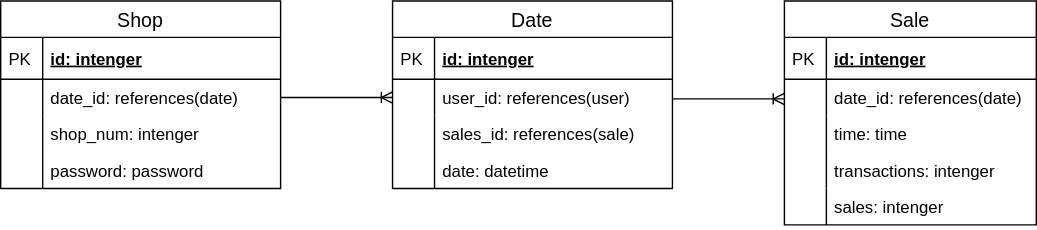
Above: sales.drawio.svg in Sugarless-sato-less/sales_manegement (draw.io), before the change. Source tidied: cells renumbered, new cells last; positions are measured from the earlier drawing's top-left corner, leaving out a move shared by most shapes.
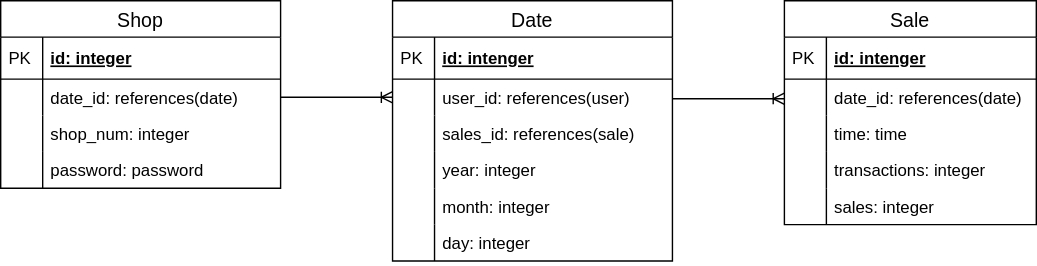
The same diagram one commit later.

Commit message:
Change intenger to integer

The edit, as a diff of the source:
```diff
@@ -23,13 +23,13 @@
     <mxCell id="8" style="shape=partialRectangle;top=0;left=0;bottom=0;fillColor=none;align=left;verticalAlign=top;spacingLeft=4;spacingRight=4;overflow=hidden;fontSize=12;" parent="7" vertex="1">
       <mxGeometry width="30" height="26" as="geometry" />
     </mxCell>
-    <mxCell id="9" value="transactions: intenger" style="shape=partialRectangle;top=0;left=0;right=0;bottom=0;align=left;verticalAlign=top;fillColor=none;spacingLeft=34;spacingRight=4;overflow=hidden;fontSize=12;" parent="2" vertex="1">
+    <mxCell id="9" value="transactions: integer" style="shape=partialRectangle;top=0;left=0;right=0;bottom=0;align=left;verticalAlign=top;fillColor=none;spacingLeft=34;spacingRight=4;overflow=hidden;fontSize=12;" parent="2" vertex="1">
       <mxGeometry y="108" width="180" height="26" as="geometry" />
     </mxCell>
     <mxCell id="10" style="shape=partialRectangle;top=0;left=0;bottom=0;fillColor=none;align=left;verticalAlign=top;spacingLeft=4;spacingRight=4;overflow=hidden;fontSize=12;" parent="9" vertex="1">
       <mxGeometry width="30" height="26" as="geometry" />
     </mxCell>
-    <mxCell id="11" value="sales: intenger" style="shape=partialRectangle;top=0;left=0;right=0;bottom=0;align=left;verticalAlign=top;fillColor=none;spacingLeft=34;spacingRight=4;overflow=hidden;fontSize=12;" parent="2" vertex="1">
+    <mxCell id="11" value="sales: integer" style="shape=partialRectangle;top=0;left=0;right=0;bottom=0;align=left;verticalAlign=top;fillColor=none;spacingLeft=34;spacingRight=4;overflow=hidden;fontSize=12;" parent="2" vertex="1">
       <mxGeometry y="134" width="180" height="26" as="geometry" />
     </mxCell>
     <mxCell id="12" style="shape=partialRectangle;top=0;left=0;bottom=0;fillColor=none;align=left;verticalAlign=top;spacingLeft=4;spacingRight=4;overflow=hidden;fontSize=12;" parent="11" vertex="1">
@@ -39,7 +39,7 @@
       <mxGeometry relative="1" as="geometry" />
     </mxCell>
     <mxCell id="14" value="Date" style="swimlane;fontStyle=0;horizontal=1;startSize=26;align=center;fontSize=14;" parent="1" vertex="1">
-      <mxGeometry x="280" width="200" height="134" as="geometry" />
+      <mxGeometry x="280" width="200" height="186" as="geometry" />
     </mxCell>
     <mxCell id="15" value="id: intenger" style="shape=partialRectangle;top=0;left=0;right=0;bottom=1;align=left;verticalAlign=middle;fillColor=none;spacingLeft=34;spacingRight=4;overflow=hidden;fontStyle=5;fontSize=12;" parent="14" vertex="1">
       <mxGeometry y="26" width="200" height="30" as="geometry" />
@@ -59,16 +59,28 @@
     <mxCell id="20" style="shape=partialRectangle;top=0;left=0;bottom=0;fillColor=none;align=left;verticalAlign=top;spacingLeft=4;spacingRight=4;overflow=hidden;fontSize=12;" parent="19" vertex="1">
       <mxGeometry width="30" height="26" as="geometry" />
     </mxCell>
-    <mxCell id="21" value="date: datetime" style="shape=partialRectangle;top=0;left=0;right=0;bottom=0;align=left;verticalAlign=top;fillColor=none;spacingLeft=34;spacingRight=4;overflow=hidden;fontSize=12;" parent="14" vertex="1">
+    <mxCell id="21" value="year: integer" style="shape=partialRectangle;top=0;left=0;right=0;bottom=0;align=left;verticalAlign=top;fillColor=none;spacingLeft=34;spacingRight=4;overflow=hidden;fontSize=12;" parent="14" vertex="1">
       <mxGeometry y="108" width="200" height="26" as="geometry" />
     </mxCell>
     <mxCell id="22" style="shape=partialRectangle;top=0;left=0;bottom=0;fillColor=none;align=left;verticalAlign=top;spacingLeft=4;spacingRight=4;overflow=hidden;fontSize=12;" parent="21" vertex="1">
       <mxGeometry width="30" height="26" as="geometry" />
     </mxCell>
+    <mxCell id="33" value="month: integer" style="shape=partialRectangle;top=0;left=0;right=0;bottom=0;align=left;verticalAlign=top;fillColor=none;spacingLeft=34;spacingRight=4;overflow=hidden;fontSize=12;" parent="14" vertex="1">
+      <mxGeometry y="134" width="200" height="26" as="geometry" />
+    </mxCell>
+    <mxCell id="34" style="shape=partialRectangle;top=0;left=0;bottom=0;fillColor=none;align=left;verticalAlign=top;spacingLeft=4;spacingRight=4;overflow=hidden;fontSize=12;" parent="33" vertex="1">
+      <mxGeometry width="30" height="26" as="geometry" />
+    </mxCell>
+    <mxCell id="35" value="day: integer" style="shape=partialRectangle;top=0;left=0;right=0;bottom=0;align=left;verticalAlign=top;fillColor=none;spacingLeft=34;spacingRight=4;overflow=hidden;fontSize=12;" parent="14" vertex="1">
+      <mxGeometry y="160" width="200" height="26" as="geometry" />
+    </mxCell>
+    <mxCell id="36" style="shape=partialRectangle;top=0;left=0;bottom=0;fillColor=none;align=left;verticalAlign=top;spacingLeft=4;spacingRight=4;overflow=hidden;fontSize=12;" parent="35" vertex="1">
+      <mxGeometry width="30" height="26" as="geometry" />
+    </mxCell>
     <mxCell id="23" value="Shop" style="swimlane;fontStyle=0;horizontal=1;startSize=26;align=center;fontSize=14;" parent="1" vertex="1">
       <mxGeometry width="200" height="134" as="geometry" />
     </mxCell>
-    <mxCell id="24" value="id: intenger" style="shape=partialRectangle;top=0;left=0;right=0;bottom=1;align=left;verticalAlign=middle;fillColor=none;spacingLeft=34;spacingRight=4;overflow=hidden;fontStyle=5;fontSize=12;" parent="23" vertex="1">
+    <mxCell id="24" value="id: integer" style="shape=partialRectangle;top=0;left=0;right=0;bottom=1;align=left;verticalAlign=middle;fillColor=none;spacingLeft=34;spacingRight=4;overflow=hidden;fontStyle=5;fontSize=12;" parent="23" vertex="1">
       <mxGeometry y="26" width="200" height="30" as="geometry" />
     </mxCell>
     <mxCell id="25" value="PK" style="shape=partialRectangle;top=0;left=0;bottom=0;fillColor=none;align=left;verticalAlign=middle;spacingLeft=4;spacingRight=4;overflow=hidden;fontSize=12;" parent="24" vertex="1">
@@ -80,7 +92,7 @@
     <mxCell id="27" style="shape=partialRectangle;top=0;left=0;bottom=0;fillColor=none;align=left;verticalAlign=top;spacingLeft=4;spacingRight=4;overflow=hidden;fontSize=12;" parent="26" vertex="1">
       <mxGeometry width="30" height="26" as="geometry" />
     </mxCell>
-    <mxCell id="28" value="shop_num: intenger" style="shape=partialRectangle;top=0;left=0;right=0;bottom=0;align=left;verticalAlign=top;fillColor=none;spacingLeft=34;spacingRight=4;overflow=hidden;fontSize=12;" parent="23" vertex="1">
+    <mxCell id="28" value="shop_num: integer" style="shape=partialRectangle;top=0;left=0;right=0;bottom=0;align=left;verticalAlign=top;fillColor=none;spacingLeft=34;spacingRight=4;overflow=hidden;fontSize=12;" parent="23" vertex="1">
       <mxGeometry y="82" width="200" height="26" as="geometry" />
     </mxCell>
     <mxCell id="29" style="shape=partialRectangle;top=0;left=0;bottom=0;fillColor=none;align=left;verticalAlign=top;spacingLeft=4;spacingRight=4;overflow=hidden;fontSize=12;" parent="28" vertex="1">
```
